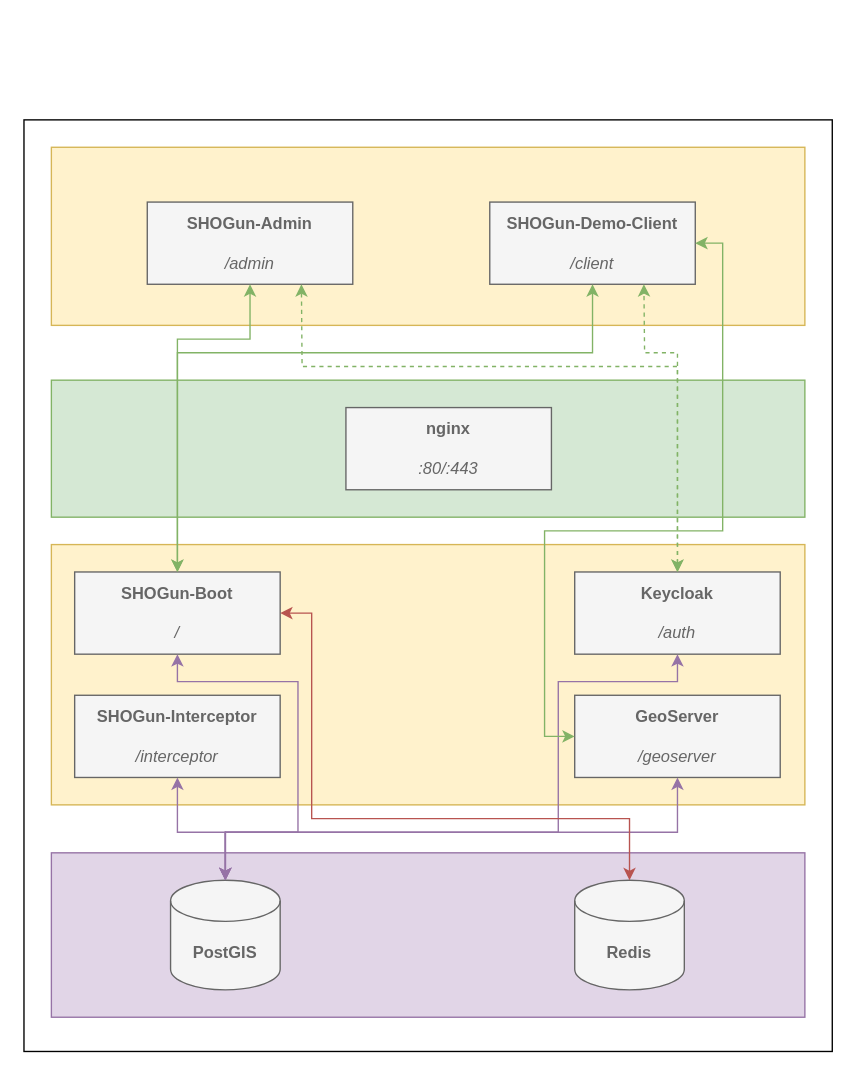
Above: docs/components.drawio in terrestris/shogun-docker (draw.io), before the change. Source tidied: cells renumbered, new cells numbered last; positions are measured from the earlier drawing's top-left corner, leaving out a move shared by most shapes. Both pictures are drawn from the tidied source at 137%, with x=0, y=0 at pixel (23, 119).
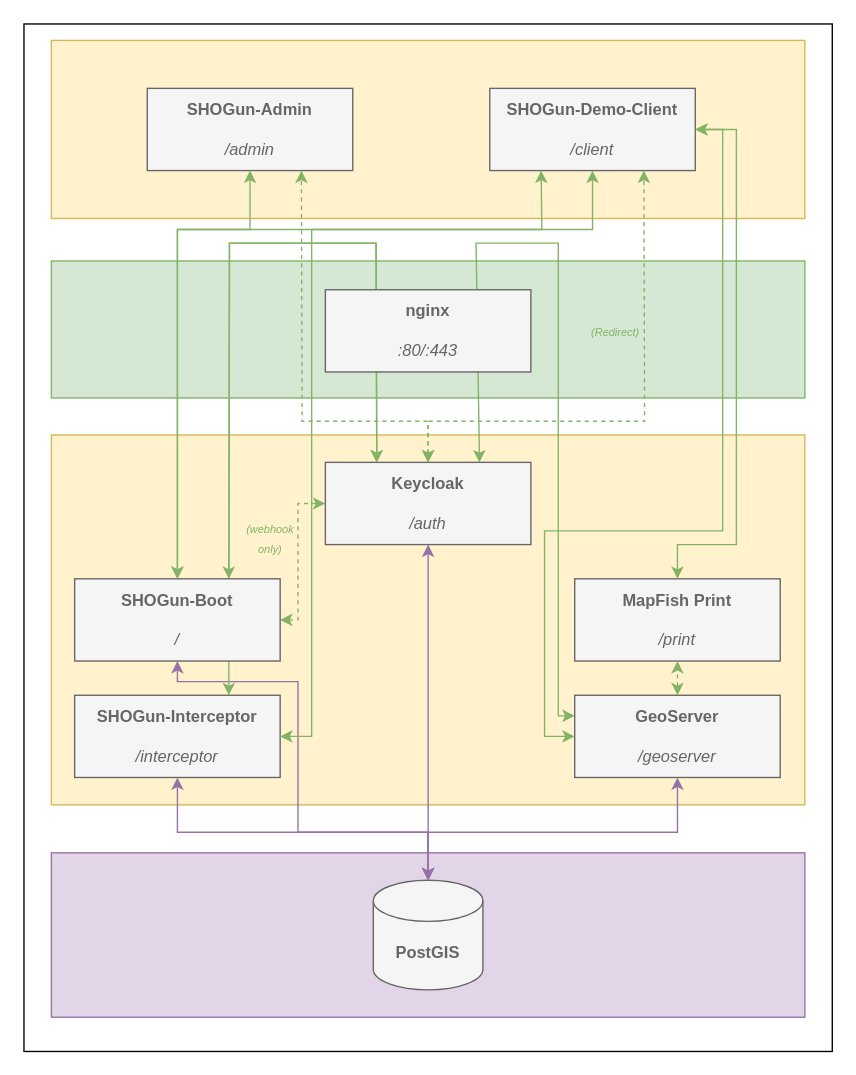
After the change.

Commit message (it also covers changes not shown here):
Update component overview

The change refers to these unchanged cells:
```xml
<mxCell id="10" value="&lt;font color=&quot;#666666&quot;&gt;&lt;b&gt;GeoServer&lt;br&gt;&lt;/b&gt;&lt;br&gt;&lt;i&gt;/geoserver&lt;/i&gt;&lt;/font&gt;" style="rounded=0;whiteSpace=wrap;html=1;fillColor=#f5f5f5;fontColor=#333333;strokeColor=#666666;flipH=1;" parent="1" vertex="1">
  <mxGeometry x="402" y="420" width="150" height="60" as="geometry" />
</mxCell>
<mxCell id="12" value="&lt;font color=&quot;#666666&quot;&gt;&lt;b&gt;SHOGun-Interceptor&lt;br&gt;&lt;/b&gt;&lt;br&gt;&lt;i&gt;/interceptor&lt;/i&gt;&lt;br&gt;&lt;/font&gt;" style="rounded=0;whiteSpace=wrap;html=1;fillColor=#f5f5f5;fontColor=#333333;strokeColor=#666666;flipH=1;" parent="1" vertex="1">
  <mxGeometry x="37" y="420" width="150" height="60" as="geometry" />
</mxCell>
```

What changed in the source:
```diff
@@
     <mxCell id="2" style="rounded=0;whiteSpace=wrap;html=1;" parent="1" vertex="1">
-      <mxGeometry width="590" height="680" as="geometry" />
+      <mxGeometry y="-70" width="590" height="750" as="geometry" />
     </mxCell>
@@
     <mxCell id="4" value="&lt;font color=&quot;#666666&quot;&gt;&lt;b&gt;PostGIS&lt;/b&gt;&lt;/font&gt;" style="shape=cylinder3;whiteSpace=wrap;html=1;boundedLbl=1;backgroundOutline=1;size=15;fillColor=#f5f5f5;strokeColor=#666666;fontColor=#333333;" parent="1" vertex="1">
-      <mxGeometry x="107" y="555" width="80" height="80" as="geometry" />
+      <mxGeometry x="255" y="555" width="80" height="80" as="geometry" />
     </mxCell>
-    <mxCell id="5" value="&lt;font color=&quot;#666666&quot;&gt;&lt;b&gt;Redis&lt;/b&gt;&lt;/font&gt;" style="shape=cylinder3;whiteSpace=wrap;html=1;boundedLbl=1;backgroundOutline=1;size=15;fillColor=#f5f5f5;fontColor=#333333;strokeColor=#666666;" parent="1" vertex="1">
-      <mxGeometry x="402" y="555" width="80" height="80" as="geometry" />
-    </mxCell>
     <mxCell id="6" style="rounded=0;whiteSpace=wrap;html=1;fillColor=#d5e8d4;strokeColor=#82b366;" parent="1" vertex="1">
-      <mxGeometry x="20" y="190" width="550" height="100" as="geometry" />
+      <mxGeometry x="20" y="103" width="550" height="100" as="geometry" />
     </mxCell>
-    <mxCell id="7" value="&lt;font color=&quot;#666666&quot;&gt;&lt;b&gt;nginx&lt;/b&gt;&lt;br&gt;&lt;br&gt;&lt;i&gt;:80/:443&lt;/i&gt;&lt;/font&gt;" style="rounded=0;whiteSpace=wrap;html=1;fillColor=#f5f5f5;fontColor=#333333;strokeColor=#666666;" parent="1" vertex="1">
-      <mxGeometry x="235" y="210" width="150" height="60" as="geometry" />
-    </mxCell>
     <mxCell id="8" style="rounded=0;whiteSpace=wrap;html=1;fillColor=#fff2cc;strokeColor=#d6b656;" parent="1" vertex="1">
-      <mxGeometry x="20" y="310" width="550" height="190" as="geometry" />
+      <mxGeometry x="20" y="230" width="550" height="270" as="geometry" />
     </mxCell>
-    <mxCell id="9" value="&lt;font color=&quot;#666666&quot;&gt;&lt;b&gt;SHOGun-Boot&lt;/b&gt;&lt;br&gt;&lt;br&gt;&lt;i&gt;/&lt;/i&gt;&lt;/font&gt;" style="rounded=0;whiteSpace=wrap;html=1;fillColor=#f5f5f5;fontColor=#333333;strokeColor=#666666;flipH=1;" parent="1" vertex="1">
-      <mxGeometry x="37" y="330" width="150" height="60" as="geometry" />
-    </mxCell>
@@
-    <mxCell id="11" value="&lt;font color=&quot;#666666&quot;&gt;&lt;b&gt;Keycloak&lt;/b&gt;&lt;br&gt;&lt;br&gt;&lt;i&gt;/auth&lt;/i&gt;&lt;/font&gt;" style="rounded=0;whiteSpace=wrap;html=1;fillColor=#f5f5f5;fontColor=#333333;strokeColor=#666666;flipH=1;" parent="1" vertex="1">
-      <mxGeometry x="402" y="330" width="150" height="60" as="geometry" />
-    </mxCell>
@@
     <mxCell id="13" style="endArrow=classic;startArrow=classic;html=1;rounded=0;fontColor=#666666;entryX=0.5;entryY=0;entryDx=0;entryDy=0;entryPerimeter=0;exitX=0.5;exitY=1;exitDx=0;exitDy=0;fillColor=#e1d5e7;strokeColor=#9673a6;" parent="1" edge="1" source="11" target="4">
       <mxGeometry relative="1" as="geometry">
         <Array as="points">
-          <mxPoint x="477" y="410" />
-          <mxPoint x="390" y="410" />
-          <mxPoint x="390" y="520" />
-          <mxPoint x="147" y="520" />
+          <mxPoint x="295" y="410" />
+          <mxPoint x="295" y="520" />
         </Array>
       </mxGeometry>
     </mxCell>
     <mxCell id="14" style="endArrow=classic;startArrow=classic;html=1;rounded=0;fontColor=#666666;entryX=0.5;entryY=0;entryDx=0;entryDy=0;entryPerimeter=0;exitX=0.5;exitY=1;exitDx=0;exitDy=0;fillColor=#e1d5e7;strokeColor=#9673a6;" parent="1" edge="1" source="9" target="4">
       <mxGeometry relative="1" as="geometry">
         <Array as="points">
           <mxPoint x="112" y="410" />
           <mxPoint x="200" y="410" />
           <mxPoint x="200" y="520" />
-          <mxPoint x="147" y="520" />
+          <mxPoint x="295" y="520" />
         </Array>
       </mxGeometry>
     </mxCell>
     <mxCell id="15" style="endArrow=classic;startArrow=classic;html=1;rounded=0;fontColor=#666666;entryX=0.5;entryY=0;entryDx=0;entryDy=0;entryPerimeter=0;exitX=0.5;exitY=1;exitDx=0;exitDy=0;fillColor=#e1d5e7;strokeColor=#9673a6;" parent="1" edge="1" source="12" target="4">
       <mxGeometry relative="1" as="geometry">
         <Array as="points">
           <mxPoint x="112" y="520" />
-          <mxPoint x="147" y="520" />
+          <mxPoint x="295" y="520" />
         </Array>
       </mxGeometry>
     </mxCell>
     <mxCell id="16" style="endArrow=classic;startArrow=classic;html=1;rounded=0;fontColor=#666666;entryX=0.5;entryY=0;entryDx=0;entryDy=0;entryPerimeter=0;exitX=0.5;exitY=1;exitDx=0;exitDy=0;fillColor=#e1d5e7;strokeColor=#9673a6;" parent="1" edge="1" source="10" target="4">
       <mxGeometry relative="1" as="geometry">
         <Array as="points">
           <mxPoint x="477" y="520" />
-          <mxPoint x="147" y="520" />
+          <mxPoint x="295" y="520" />
         </Array>
       </mxGeometry>
     </mxCell>
-    <mxCell id="17" style="endArrow=classic;startArrow=classic;html=1;rounded=0;fontColor=#666666;entryX=0.5;entryY=0;entryDx=0;entryDy=0;entryPerimeter=0;exitX=1;exitY=0.5;exitDx=0;exitDy=0;fillColor=#f8cecc;strokeColor=#b85450;" parent="1" edge="1" source="9" target="5">
-      <mxGeometry relative="1" as="geometry">
-        <Array as="points">
-          <mxPoint x="210" y="360" />
-          <mxPoint x="210" y="400" />
-          <mxPoint x="210" y="510" />
-          <mxPoint x="442" y="510" />
-        </Array>
-      </mxGeometry>
-    </mxCell>
     <mxCell id="18" style="rounded=0;whiteSpace=wrap;html=1;fillColor=#fff2cc;strokeColor=#d6b656;" parent="1" vertex="1">
-      <mxGeometry x="20" y="20" width="550" height="130" as="geometry" />
+      <mxGeometry x="20" y="-58" width="550" height="130" as="geometry" />
     </mxCell>
     <mxCell id="19" value="&lt;font color=&quot;#666666&quot;&gt;&lt;b&gt;SHOGun-Admin&lt;/b&gt;&lt;br&gt;&lt;br&gt;&lt;i&gt;/admin&lt;/i&gt;&lt;/font&gt;" style="rounded=0;whiteSpace=wrap;html=1;fillColor=#f5f5f5;fontColor=#333333;strokeColor=#666666;flipH=1;" parent="1" vertex="1">
-      <mxGeometry x="90" y="60" width="150" height="60" as="geometry" />
+      <mxGeometry x="90" y="-23" width="150" height="60" as="geometry" />
     </mxCell>
     <mxCell id="20" value="&lt;font color=&quot;#666666&quot;&gt;&lt;b&gt;SHOGun-Demo-Client&lt;br&gt;&lt;/b&gt;&lt;br&gt;&lt;i&gt;/client&lt;/i&gt;&lt;/font&gt;" style="rounded=0;whiteSpace=wrap;html=1;fillColor=#f5f5f5;fontColor=#333333;strokeColor=#666666;flipH=1;" parent="1" vertex="1">
-      <mxGeometry x="340" y="60" width="150" height="60" as="geometry" />
+      <mxGeometry x="340" y="-23" width="150" height="60" as="geometry" />
     </mxCell>
     <mxCell id="21" style="endArrow=classic;startArrow=classic;html=1;rounded=0;fontColor=#666666;entryX=0.5;entryY=1;entryDx=0;entryDy=0;exitX=0.5;exitY=0;exitDx=0;exitDy=0;fillColor=#d5e8d4;strokeColor=#82b366;" parent="1" edge="1" source="9" target="19">
       <mxGeometry relative="1" as="geometry">
         <Array as="points">
-          <mxPoint x="112" y="160" />
-          <mxPoint x="165" y="160" />
+          <mxPoint x="112" y="80" />
+          <mxPoint x="165" y="80" />
         </Array>
       </mxGeometry>
     </mxCell>
     <mxCell id="22" style="endArrow=classic;startArrow=classic;html=1;rounded=0;fontColor=#666666;entryX=0.5;entryY=1;entryDx=0;entryDy=0;exitX=0.5;exitY=0;exitDx=0;exitDy=0;fillColor=#d5e8d4;strokeColor=#82b366;" parent="1" edge="1" source="9" target="20">
       <mxGeometry relative="1" as="geometry">
         <Array as="points">
-          <mxPoint x="112" y="170" />
-          <mxPoint x="415" y="170" />
+          <mxPoint x="112" y="80" />
+          <mxPoint x="415" y="80" />
         </Array>
       </mxGeometry>
     </mxCell>
     <mxCell id="23" style="endArrow=classic;startArrow=classic;html=1;rounded=0;fontColor=#666666;entryX=1;entryY=0.5;entryDx=0;entryDy=0;exitX=0;exitY=0.5;exitDx=0;exitDy=0;fillColor=#d5e8d4;strokeColor=#82b366;" parent="1" edge="1" source="10" target="20">
       <mxGeometry relative="1" as="geometry">
         <Array as="points">
           <mxPoint x="380" y="450" />
           <mxPoint x="380" y="300" />
-          <mxPoint x="440" y="300" />
           <mxPoint x="510" y="300" />
           <mxPoint x="510" y="170" />
           <mxPoint x="510" y="130" />
-          <mxPoint x="510" y="90" />
+          <mxPoint x="510" y="7" />
         </Array>
       </mxGeometry>
     </mxCell>
     <mxCell id="24" style="endArrow=classic;startArrow=classic;html=1;rounded=0;fontColor=#666666;entryX=0.75;entryY=1;entryDx=0;entryDy=0;exitX=0.5;exitY=0;exitDx=0;exitDy=0;fillColor=#d5e8d4;strokeColor=#82b366;dashed=1;" parent="1" edge="1" source="11" target="20">
       <mxGeometry relative="1" as="geometry">
         <Array as="points">
-          <mxPoint x="477" y="170" />
-          <mxPoint x="453" y="170" />
+          <mxPoint x="295" y="220" />
+          <mxPoint x="453" y="220" />
         </Array>
       </mxGeometry>
     </mxCell>
     <mxCell id="25" style="endArrow=classic;startArrow=classic;html=1;rounded=0;dashed=1;fontColor=#666666;entryX=0.75;entryY=1;entryDx=0;entryDy=0;exitX=0.5;exitY=0;exitDx=0;exitDy=0;fillColor=#d5e8d4;strokeColor=#82b366;" parent="1" edge="1" source="11" target="19">
       <mxGeometry relative="1" as="geometry">
         <Array as="points">
-          <mxPoint x="477" y="180" />
-          <mxPoint x="203" y="180" />
+          <mxPoint x="295" y="220" />
+          <mxPoint x="203" y="220" />
         </Array>
       </mxGeometry>
     </mxCell>
+    <mxCell id="26" value="&lt;font color=&quot;#666666&quot;&gt;&lt;b&gt;MapFish Print&lt;/b&gt;&lt;br&gt;&lt;br&gt;&lt;i&gt;/print&lt;/i&gt;&lt;/font&gt;" style="rounded=0;whiteSpace=wrap;html=1;fillColor=#f5f5f5;fontColor=#333333;strokeColor=#666666;flipH=1;" parent="1" vertex="1">
+      <mxGeometry x="402" y="335" width="150" height="60" as="geometry" />
+    </mxCell>
+    <mxCell id="27" style="endArrow=classic;startArrow=classic;html=1;rounded=0;exitX=1;exitY=0.5;exitDx=0;exitDy=0;entryX=0;entryY=0.5;entryDx=0;entryDy=0;fillColor=#d5e8d4;strokeColor=#82b366;dashed=1;" parent="1" edge="1" source="9" target="11">
+      <mxGeometry relative="1" as="geometry">
+        <Array as="points">
+          <mxPoint x="200" y="365" />
+          <mxPoint x="200" y="280" />
+        </Array>
+      </mxGeometry>
+    </mxCell>
+    <mxCell id="28" style="endArrow=classic;startArrow=classic;html=1;rounded=0;exitX=0.5;exitY=0;exitDx=0;exitDy=0;entryX=0.5;entryY=1;entryDx=0;entryDy=0;fillColor=#d5e8d4;strokeColor=#82b366;dashed=1;" parent="1" edge="1" source="10" target="26">
+      <mxGeometry relative="1" as="geometry" />
+    </mxCell>
+    <mxCell id="29" style="endArrow=classic;startArrow=classic;html=1;rounded=0;fontColor=#666666;exitX=0.5;exitY=0;exitDx=0;exitDy=0;fillColor=#d5e8d4;strokeColor=#82b366;entryX=1;entryY=0.5;entryDx=0;entryDy=0;" parent="1" edge="1" source="26" target="20">
+      <mxGeometry relative="1" as="geometry">
+        <Array as="points">
+          <mxPoint x="477" y="310" />
+          <mxPoint x="520" y="310" />
+          <mxPoint x="520" y="7" />
+        </Array>
+      </mxGeometry>
+    </mxCell>
+    <mxCell id="30" value="&lt;i&gt;&lt;font color=&quot;#82b366&quot; style=&quot;font-size: 8px;&quot;&gt;(Redirect)&lt;/font&gt;&lt;/i&gt;" style="text;html=1;strokeColor=none;fillColor=none;align=center;verticalAlign=middle;whiteSpace=wrap;rounded=0;" parent="1" vertex="1">
+      <mxGeometry x="402" y="139" width="60" height="30" as="geometry" />
+    </mxCell>
+    <mxCell id="31" style="endArrow=classic;startArrow=classic;html=1;rounded=0;fontColor=#666666;exitX=0.75;exitY=0;exitDx=0;exitDy=0;fillColor=#d5e8d4;strokeColor=#82b366;entryX=0.25;entryY=0;entryDx=0;entryDy=0;" parent="1" edge="1" source="9" target="11">
+      <mxGeometry relative="1" as="geometry">
+        <Array as="points">
+          <mxPoint x="150" y="90" />
+          <mxPoint x="257" y="90" />
+        </Array>
+      </mxGeometry>
+    </mxCell>
+    <mxCell id="32" style="endArrow=classic;startArrow=classic;html=1;rounded=0;fontSize=8;fontColor=#82B366;entryX=0;entryY=0.25;entryDx=0;entryDy=0;exitX=0.75;exitY=0;exitDx=0;exitDy=0;fillColor=#d5e8d4;strokeColor=#82b366;" parent="1" edge="1" source="11" target="10">
+      <mxGeometry relative="1" as="geometry">
+        <Array as="points">
+          <mxPoint x="330" y="90" />
+          <mxPoint x="390" y="90" />
+          <mxPoint x="390" y="435" />
+        </Array>
+      </mxGeometry>
+    </mxCell>
+    <mxCell id="33" style="endArrow=classic;startArrow=classic;html=1;rounded=0;fontSize=8;fontColor=#82B366;entryX=1;entryY=0.5;entryDx=0;entryDy=0;exitX=0.25;exitY=1;exitDx=0;exitDy=0;fillColor=#d5e8d4;strokeColor=#82b366;" parent="1" edge="1" source="20" target="12">
+      <mxGeometry relative="1" as="geometry">
+        <Array as="points">
+          <mxPoint x="378" y="80" />
+          <mxPoint x="210" y="80" />
+          <mxPoint x="210" y="450" />
+        </Array>
+      </mxGeometry>
+    </mxCell>
+    <mxCell id="11" value="&lt;font color=&quot;#666666&quot;&gt;&lt;b&gt;Keycloak&lt;/b&gt;&lt;br&gt;&lt;br&gt;&lt;i&gt;/auth&lt;/i&gt;&lt;/font&gt;" style="rounded=0;whiteSpace=wrap;html=1;fillColor=#f5f5f5;fontColor=#333333;strokeColor=#666666;flipH=1;" parent="1" vertex="1">
+      <mxGeometry x="220" y="250" width="150" height="60" as="geometry" />
+    </mxCell>
+    <mxCell id="34" value="&lt;i&gt;&lt;font color=&quot;#82b366&quot; style=&quot;font-size: 8px; line-height: 1.2;&quot;&gt;(webhook &lt;br&gt;only)&lt;/font&gt;&lt;/i&gt;" style="text;html=1;strokeColor=none;fillColor=none;align=center;verticalAlign=middle;whiteSpace=wrap;rounded=0;" parent="1" vertex="1">
+      <mxGeometry x="150" y="290" width="60" height="30" as="geometry" />
+    </mxCell>
+    <mxCell id="35" style="endArrow=classic;startArrow=classic;html=1;rounded=0;fontColor=#666666;exitX=0.75;exitY=0;exitDx=0;exitDy=0;fillColor=#d5e8d4;strokeColor=#82b366;entryX=0.25;entryY=0;entryDx=0;entryDy=0;" parent="1" edge="1" source="12" target="11">
+      <mxGeometry relative="1" as="geometry">
+        <Array as="points">
+          <mxPoint x="150" y="90" />
+          <mxPoint x="257" y="90" />
+        </Array>
+      </mxGeometry>
+    </mxCell>
+    <mxCell id="9" value="&lt;font color=&quot;#666666&quot;&gt;&lt;b&gt;SHOGun-Boot&lt;/b&gt;&lt;br&gt;&lt;br&gt;&lt;i&gt;/&lt;/i&gt;&lt;/font&gt;" style="rounded=0;whiteSpace=wrap;html=1;fillColor=#f5f5f5;fontColor=#333333;strokeColor=#666666;flipH=1;" parent="1" vertex="1">
+      <mxGeometry x="37" y="335" width="150" height="60" as="geometry" />
+    </mxCell>
+    <mxCell id="7" value="&lt;font color=&quot;#666666&quot;&gt;&lt;b&gt;nginx&lt;/b&gt;&lt;br&gt;&lt;br&gt;&lt;i&gt;:80/:443&lt;/i&gt;&lt;/font&gt;" style="rounded=0;whiteSpace=wrap;html=1;fillColor=#f5f5f5;fontColor=#333333;strokeColor=#666666;" parent="1" vertex="1">
+      <mxGeometry x="220" y="124" width="150" height="60" as="geometry" />
+    </mxCell>
```
